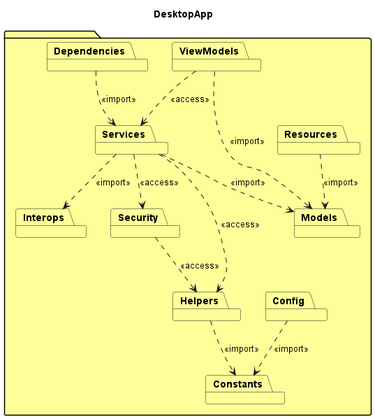
Before: design/out/desktopapp_package_diagram/desktopapp_package_diagram.png, a diagram exported from PlantUML (conghoan1211/AI-Kiosk-Testing-system).
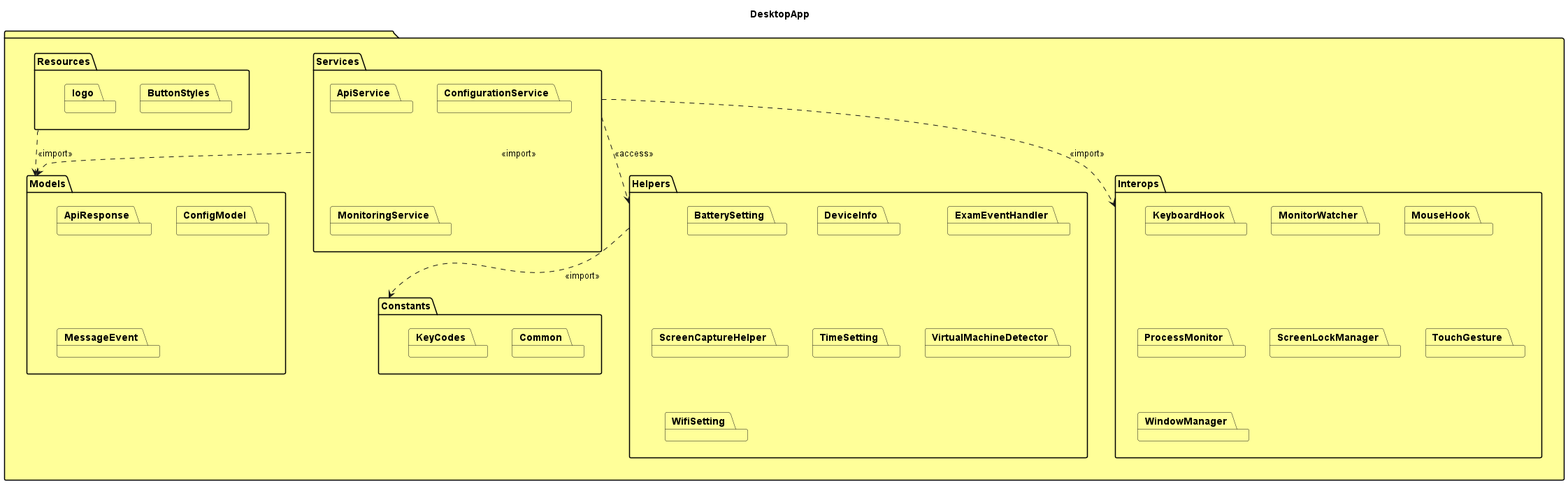
Later version of the same file.

Change to the diagram source:
```diff
@@ -1,30 +1,53 @@
 @startuml
+package #FFFF99 {
+  title DesktopApp
 
-package #FFFF99 {
-    title DesktopApp
+  package Constants #FFFF99 {
+    package Common #FFFF99
+    package KeyCodes #FFFF99
+  }
 
-    package Dependencies #FFFF99
-    package Config #FFFF99
-    package Constants #FFFF99
-    package Helpers #FFFF99
-    package Interops #FFFF99
-    package Models #FFFF99
-    package Resources #FFFF99
-    package Security #FFFF99
-    package Services #FFFF99
-    package ViewModels #FFFF99
+  package Helpers #FFFF99 {
+    package BatterySetting #FFFF99
+    package DeviceInfo #FFFF99
+    package ExamEventHandler #FFFF99
+    package ScreenCaptureHelper #FFFF99
+    package TimeSetting #FFFF99
+    package VirtualMachineDetector #FFFF99
+    package WifiSetting #FFFF99
+  }
 
-    Config ..> Constants : <<import>>
-    Services ..> Models : <<import>>
-    Services ..> Helpers : <<access>>
-    Services ..> Interops : <<import>>
-    Services ..> Security : <<access>>
-    ViewModels ..> Models : <<import>>
-    ViewModels ..> Services : <<access>>
-    Helpers ..> Constants : <<import>>
-    Security ..> Helpers : <<access>>
-    Dependencies ..> Services : <<import>>
-    Resources ..> Models : <<import>>
+  package Interops #FFFF99 {
+    package KeyboardHook #FFFF99
+    package MonitorWatcher #FFFF99
+    package MouseHook #FFFF99
+    package ProcessMonitor #FFFF99
+    package ScreenLockManager #FFFF99
+    package TouchGesture #FFFF99
+    package WindowManager #FFFF99
+  }
+
+  package Models #FFFF99 {
+    package ApiResponse #FFFF99
+    package ConfigModel #FFFF99
+    package MessageEvent #FFFF99
+  }
+
+  package Resources #FFFF99 {
+    package ButtonStyles #FFFF99
+    package logo #FFFF99
+  }
+
+  package Services #FFFF99 {
+    package ApiService #FFFF99
+    package ConfigurationService #FFFF99
+    package MonitoringService #FFFF99
+  }
+
+  Services ..> Models : <<import>>
+  Services ..> Helpers : <<access>>
+  Services ..> Interops : <<import>>
+  Helpers ..> Constants : <<import>>
+  Resources ..> Models : <<import>>
 }
-
 @enduml
```
